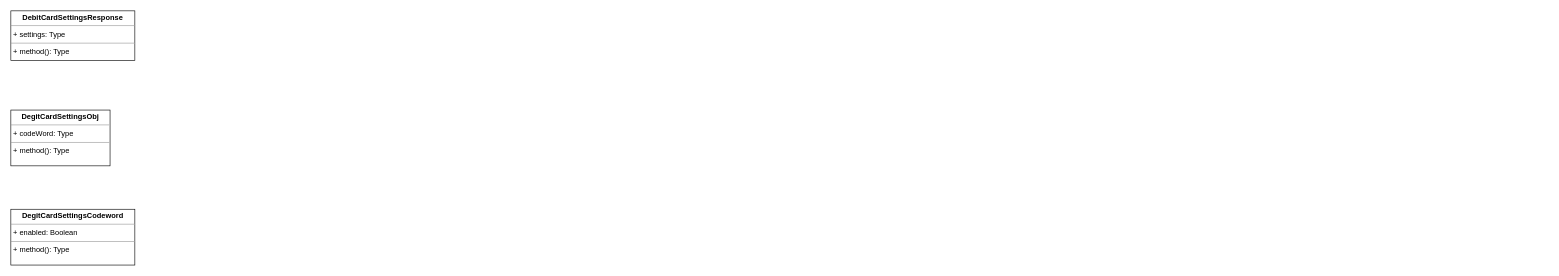
Earlier version of the draw.io diagram UNI-14624.drawio (ShiryaevNikolay/diagrams). Source tidied: cells renumbered, new cells numbered last; positions are measured from the earlier drawing's top-left corner, leaving out a move shared by most shapes. Both pictures are drawn from the tidied source at 62%, with x=0, y=0 at pixel (11, 11).
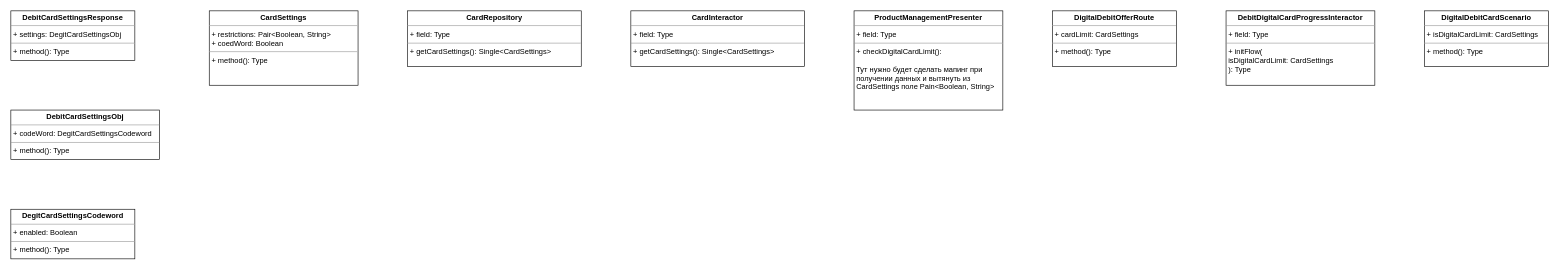
Above is the later version.

Change to the diagram source:
```diff
@@
 <mxGraphModel>
   <root>
     <mxCell id="0" />
     <mxCell id="1" parent="0" />
-    <mxCell id="2" value="&lt;p style=&quot;margin: 0px ; margin-top: 4px ; text-align: center&quot;&gt;&lt;b&gt;DebitCardSettingsResponse&lt;/b&gt;&lt;/p&gt;&lt;hr size=&quot;1&quot;&gt;&lt;p style=&quot;margin: 0px ; margin-left: 4px&quot;&gt;+ settings: Type&lt;/p&gt;&lt;hr size=&quot;1&quot;&gt;&lt;p style=&quot;margin: 0px ; margin-left: 4px&quot;&gt;+ method(): Type&lt;/p&gt;" style="verticalAlign=top;align=left;overflow=fill;fontSize=12;fontFamily=Helvetica;html=1;" parent="1" vertex="1">
+    <mxCell id="2" value="&lt;p style=&quot;margin: 0px ; margin-top: 4px ; text-align: center&quot;&gt;&lt;b&gt;DebitCardSettingsResponse&lt;/b&gt;&lt;/p&gt;&lt;hr size=&quot;1&quot;&gt;&lt;p style=&quot;margin: 0px ; margin-left: 4px&quot;&gt;+ settings: DegitCardSettingsObj&lt;/p&gt;&lt;hr size=&quot;1&quot;&gt;&lt;p style=&quot;margin: 0px ; margin-left: 4px&quot;&gt;+ method(): Type&lt;/p&gt;" style="verticalAlign=top;align=left;overflow=fill;fontSize=12;fontFamily=Helvetica;html=1;" parent="1" vertex="1">
       <mxGeometry width="200" height="80" as="geometry" />
     </mxCell>
-    <mxCell id="3" value="&lt;p style=&quot;margin: 0px ; margin-top: 4px ; text-align: center&quot;&gt;&lt;b&gt;DegitCardSettingsObj&lt;/b&gt;&lt;/p&gt;&lt;hr size=&quot;1&quot;&gt;&lt;p style=&quot;margin: 0px ; margin-left: 4px&quot;&gt;+ codeWord: Type&lt;/p&gt;&lt;hr size=&quot;1&quot;&gt;&lt;p style=&quot;margin: 0px ; margin-left: 4px&quot;&gt;+ method(): Type&lt;/p&gt;" style="verticalAlign=top;align=left;overflow=fill;fontSize=12;fontFamily=Helvetica;html=1;" parent="1" vertex="1">
-      <mxGeometry y="160" width="160" height="90" as="geometry" />
+    <mxCell id="3" value="&lt;p style=&quot;margin: 0px ; margin-top: 4px ; text-align: center&quot;&gt;&lt;b&gt;DebitCardSettingsObj&lt;/b&gt;&lt;/p&gt;&lt;hr size=&quot;1&quot;&gt;&lt;p style=&quot;margin: 0px ; margin-left: 4px&quot;&gt;+ codeWord: DegitCardSettingsCodeword&lt;/p&gt;&lt;hr size=&quot;1&quot;&gt;&lt;p style=&quot;margin: 0px ; margin-left: 4px&quot;&gt;+ method(): Type&lt;/p&gt;" style="verticalAlign=top;align=left;overflow=fill;fontSize=12;fontFamily=Helvetica;html=1;" parent="1" vertex="1">
+      <mxGeometry y="160" width="240" height="80" as="geometry" />
     </mxCell>
     <mxCell id="4" value="&lt;p style=&quot;margin: 0px ; margin-top: 4px ; text-align: center&quot;&gt;&lt;b&gt;DegitCardSettingsCodeword&lt;/b&gt;&lt;/p&gt;&lt;hr size=&quot;1&quot;&gt;&lt;p style=&quot;margin: 0px ; margin-left: 4px&quot;&gt;+ enabled: Boolean&lt;/p&gt;&lt;hr size=&quot;1&quot;&gt;&lt;p style=&quot;margin: 0px ; margin-left: 4px&quot;&gt;+ method(): Type&lt;/p&gt;" style="verticalAlign=top;align=left;overflow=fill;fontSize=12;fontFamily=Helvetica;html=1;" parent="1" vertex="1">
-      <mxGeometry y="320" width="200" height="90" as="geometry" />
+      <mxGeometry y="320" width="200" height="80" as="geometry" />
     </mxCell>
+    <mxCell id="5" value="&lt;p style=&quot;margin: 0px ; margin-top: 4px ; text-align: center&quot;&gt;&lt;b&gt;CardSettings&lt;/b&gt;&lt;/p&gt;&lt;hr size=&quot;1&quot;&gt;&lt;p style=&quot;margin: 0px ; margin-left: 4px&quot;&gt;+ restrictions: Pair&amp;lt;Boolean, String&amp;gt;&lt;/p&gt;&lt;p style=&quot;margin: 0px ; margin-left: 4px&quot;&gt;+ coedWord: Boolean&lt;br&gt;&lt;/p&gt;&lt;hr size=&quot;1&quot;&gt;&lt;p style=&quot;margin: 0px ; margin-left: 4px&quot;&gt;+ method(): Type&lt;/p&gt;" style="verticalAlign=top;align=left;overflow=fill;fontSize=12;fontFamily=Helvetica;html=1;" parent="1" vertex="1">
+      <mxGeometry x="320" width="240" height="120" as="geometry" />
+    </mxCell>
+    <mxCell id="6" value="&lt;p style=&quot;margin: 0px ; margin-top: 4px ; text-align: center&quot;&gt;&lt;b&gt;CardRepository&lt;/b&gt;&lt;/p&gt;&lt;hr size=&quot;1&quot;&gt;&lt;p style=&quot;margin: 0px ; margin-left: 4px&quot;&gt;+ field: Type&lt;/p&gt;&lt;hr size=&quot;1&quot;&gt;&lt;p style=&quot;margin: 0px ; margin-left: 4px&quot;&gt;+ getCardSettings(): Single&amp;lt;CardSettings&amp;gt;&lt;/p&gt;" style="verticalAlign=top;align=left;overflow=fill;fontSize=12;fontFamily=Helvetica;html=1;" parent="1" vertex="1">
+      <mxGeometry x="640" width="280" height="90" as="geometry" />
+    </mxCell>
+    <mxCell id="7" value="&lt;p style=&quot;margin: 0px ; margin-top: 4px ; text-align: center&quot;&gt;&lt;b&gt;CardInteractor&lt;/b&gt;&lt;/p&gt;&lt;hr size=&quot;1&quot;&gt;&lt;p style=&quot;margin: 0px ; margin-left: 4px&quot;&gt;+ field: Type&lt;/p&gt;&lt;hr size=&quot;1&quot;&gt;&lt;p style=&quot;margin: 0px ; margin-left: 4px&quot;&gt;+ getCardSettings(): Single&amp;lt;CardSettings&amp;gt;&lt;/p&gt;" style="verticalAlign=top;align=left;overflow=fill;fontSize=12;fontFamily=Helvetica;html=1;" parent="1" vertex="1">
+      <mxGeometry x="1000" width="280" height="90" as="geometry" />
+    </mxCell>
+    <mxCell id="8" value="&lt;p style=&quot;margin: 0px ; margin-top: 4px ; text-align: center&quot;&gt;&lt;b&gt;ProductManagementPresenter&lt;/b&gt;&lt;/p&gt;&lt;hr size=&quot;1&quot;&gt;&lt;p style=&quot;margin: 0px ; margin-left: 4px&quot;&gt;+ field: Type&lt;/p&gt;&lt;hr size=&quot;1&quot;&gt;&lt;p style=&quot;margin: 0px ; margin-left: 4px&quot;&gt;+ checkDigitalCardLimit():&lt;/p&gt;&lt;p style=&quot;margin: 0px ; margin-left: 4px&quot;&gt;&lt;br&gt;&lt;/p&gt;&lt;p style=&quot;margin: 0px ; margin-left: 4px&quot;&gt;Тут нужно будет сделать мапинг при &lt;br&gt;&lt;/p&gt;&lt;p style=&quot;margin: 0px ; margin-left: 4px&quot;&gt;получении данных и вытянуть из &lt;br&gt;&lt;/p&gt;&lt;p style=&quot;margin: 0px ; margin-left: 4px&quot;&gt;CardSettings поле Pain&amp;lt;Boolean, String&amp;gt;&lt;br&gt;&lt;/p&gt;" style="verticalAlign=top;align=left;overflow=fill;fontSize=12;fontFamily=Helvetica;html=1;" parent="1" vertex="1">
+      <mxGeometry x="1360" width="240" height="160" as="geometry" />
+    </mxCell>
+    <mxCell id="9" value="&lt;p style=&quot;margin: 0px ; margin-top: 4px ; text-align: center&quot;&gt;&lt;b&gt;DigitalDebitOfferRoute&lt;/b&gt;&lt;/p&gt;&lt;hr size=&quot;1&quot;&gt;&lt;p style=&quot;margin: 0px ; margin-left: 4px&quot;&gt;+ cardLimit: CardSettings&lt;/p&gt;&lt;hr size=&quot;1&quot;&gt;&lt;p style=&quot;margin: 0px ; margin-left: 4px&quot;&gt;+ method(): Type&lt;/p&gt;" style="verticalAlign=top;align=left;overflow=fill;fontSize=12;fontFamily=Helvetica;html=1;" parent="1" vertex="1">
+      <mxGeometry x="1680" width="200" height="90" as="geometry" />
+    </mxCell>
+    <mxCell id="10" value="&lt;p style=&quot;margin: 0px ; margin-top: 4px ; text-align: center&quot;&gt;&lt;b&gt;DebitDigitalCardProgressInteractor&lt;/b&gt;&lt;/p&gt;&lt;hr size=&quot;1&quot;&gt;&lt;p style=&quot;margin: 0px ; margin-left: 4px&quot;&gt;+ field: Type&lt;/p&gt;&lt;hr size=&quot;1&quot;&gt;&lt;p style=&quot;margin: 0px ; margin-left: 4px&quot;&gt;+ initFlow(&lt;/p&gt;&lt;p style=&quot;margin: 0px ; margin-left: 4px&quot;&gt;isDigitalCardLimit: CardSettings&lt;br&gt;&lt;/p&gt;&lt;p style=&quot;margin: 0px ; margin-left: 4px&quot;&gt;): Type&lt;/p&gt;" style="verticalAlign=top;align=left;overflow=fill;fontSize=12;fontFamily=Helvetica;html=1;" parent="1" vertex="1">
+      <mxGeometry x="1960" width="240" height="120" as="geometry" />
+    </mxCell>
+    <mxCell id="11" value="&lt;p style=&quot;margin: 0px ; margin-top: 4px ; text-align: center&quot;&gt;&lt;b&gt;DigitalDebitCardScenario&lt;/b&gt;&lt;/p&gt;&lt;hr size=&quot;1&quot;&gt;&lt;p style=&quot;margin: 0px ; margin-left: 4px&quot;&gt;+ isDigitalCardLimit: CardSettings&lt;/p&gt;&lt;hr size=&quot;1&quot;&gt;&lt;p style=&quot;margin: 0px ; margin-left: 4px&quot;&gt;+ method(): Type&lt;/p&gt;" style="verticalAlign=top;align=left;overflow=fill;fontSize=12;fontFamily=Helvetica;html=1;" parent="1" vertex="1">
+      <mxGeometry x="2280" width="200" height="90" as="geometry" />
+    </mxCell>
   </root>
 </mxGraphModel>
```
